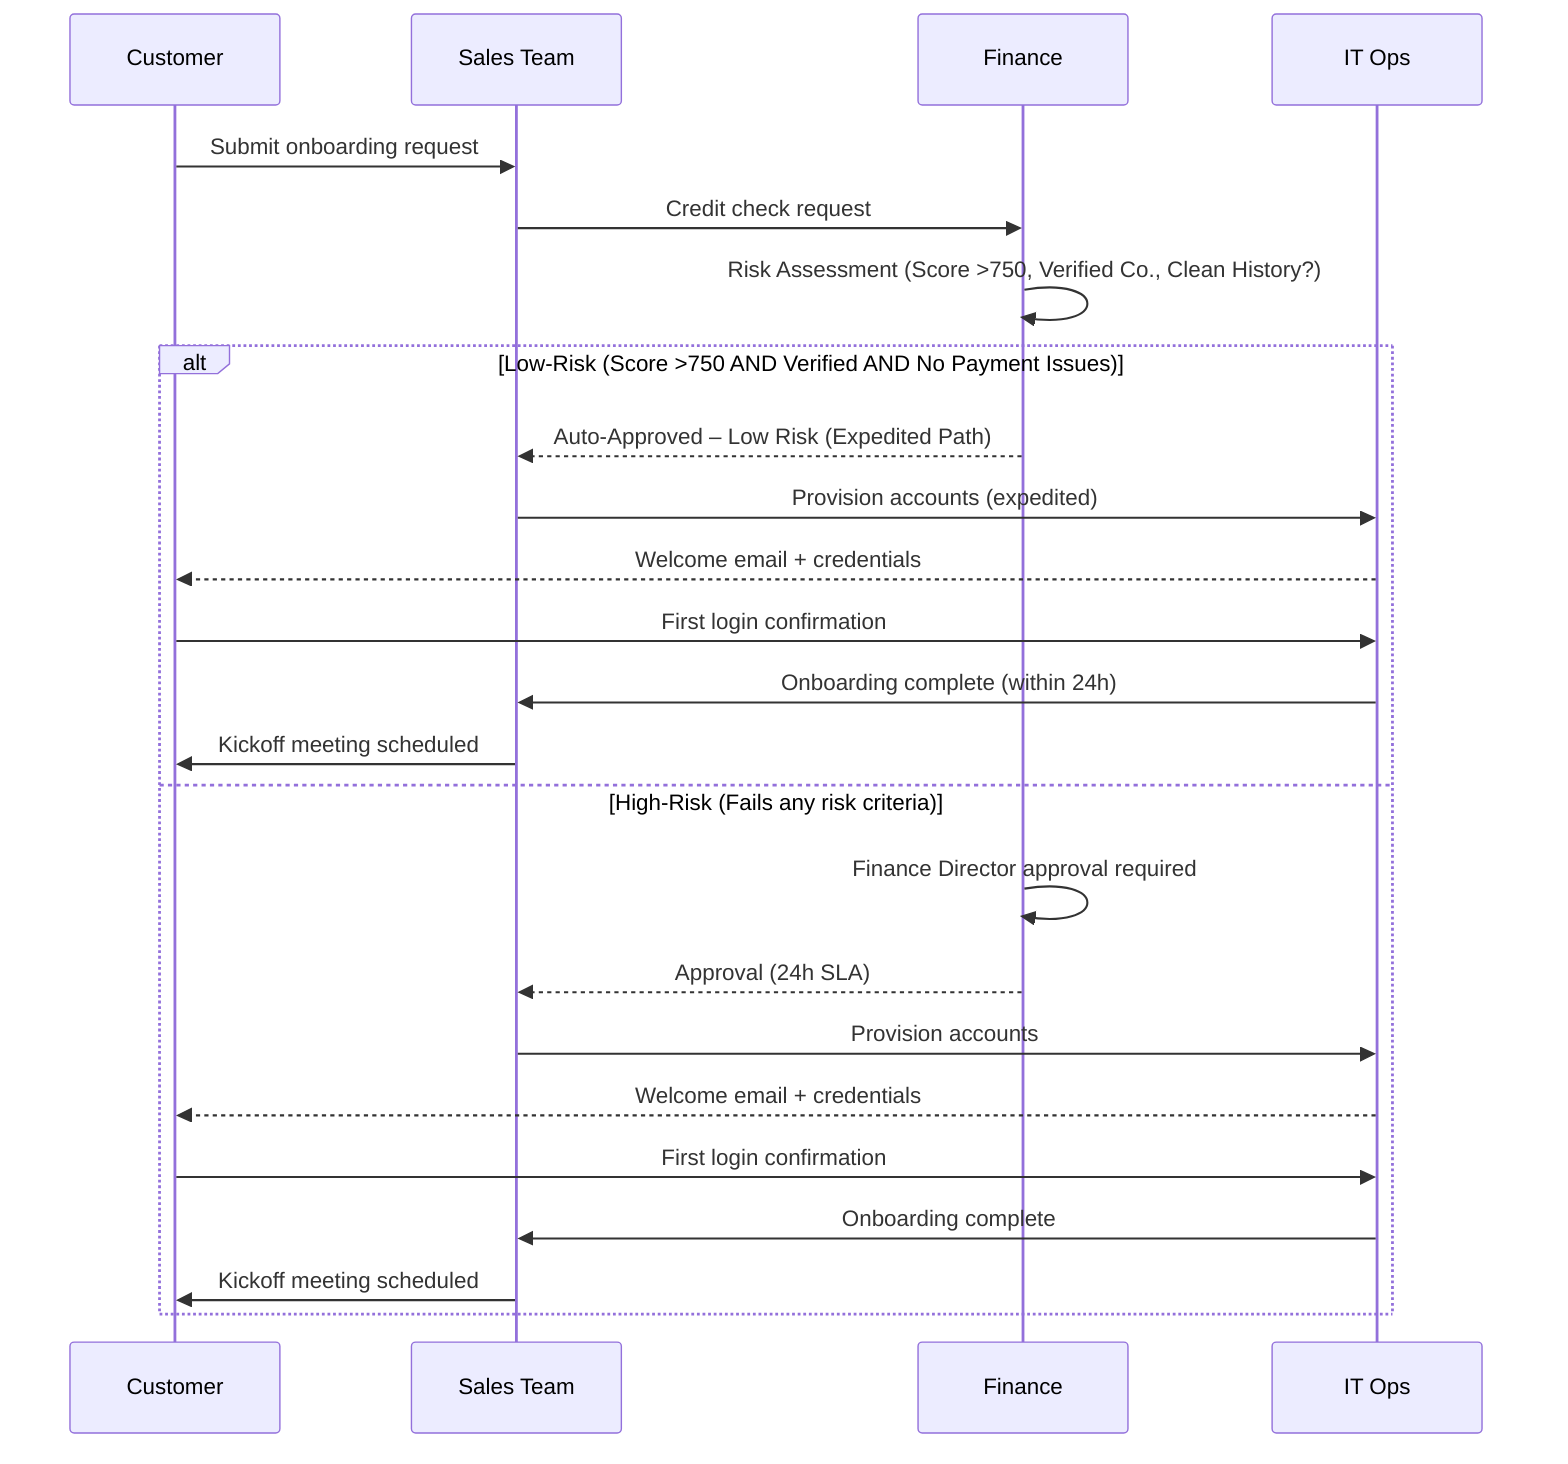
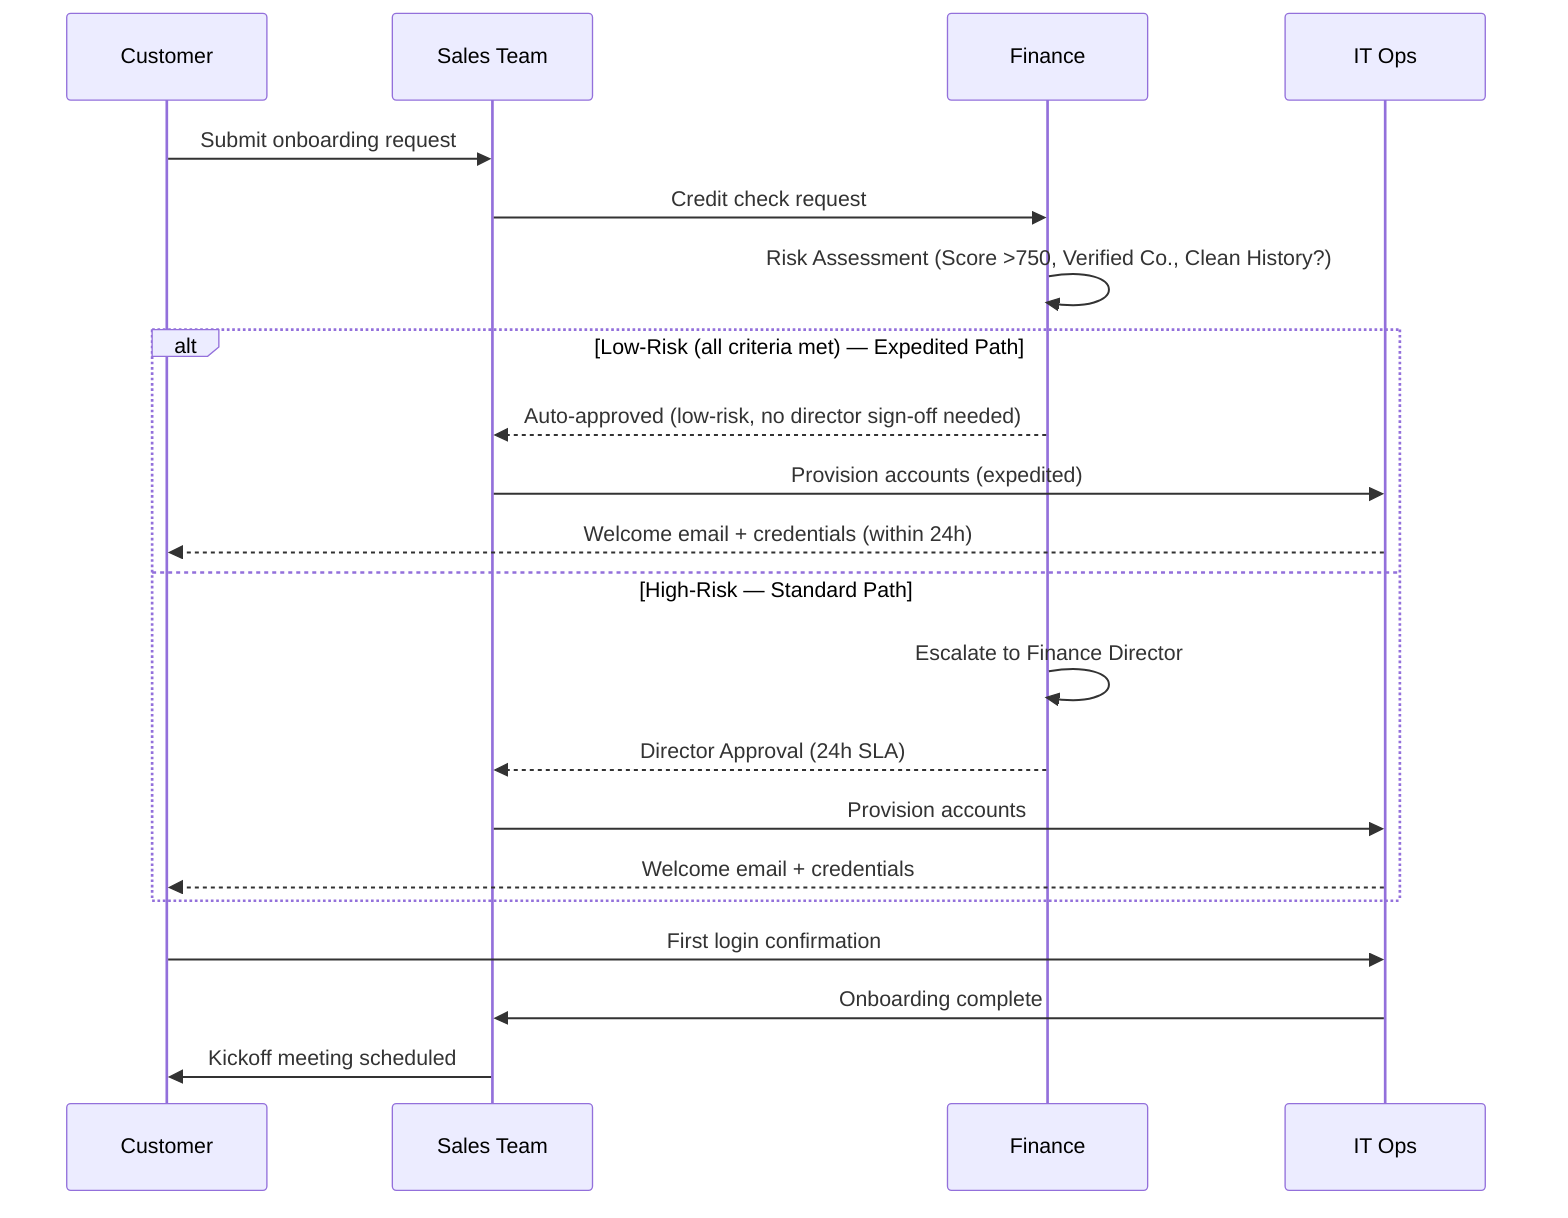
sequenceDiagram
    participant C as Customer
    participant S as Sales Team
    participant F as Finance
    participant IT as IT Ops

    C->>S: Submit onboarding request
    S->>F: Credit check request

-     %% ⚡ CHANGED SECTION - Risk assessment with expedited path for low-risk customers
+     %% ⚡ CHANGED SECTION - Risk assessment and expedited path
    F->>F: Risk Assessment (Score >750, Verified Co., Clean History?)

-     alt Low-Risk (Score >750 AND Verified AND No Payment Issues)
-         F-->>S: Auto-Approved – Low Risk (Expedited Path)
+     alt Low-Risk (all criteria met) — Expedited Path
+         F-->>S: Auto-approved (low-risk, no director sign-off needed)
        S->>IT: Provision accounts (expedited)
-         IT-->>C: Welcome email + credentials
-         C->>IT: First login confirmation
-         IT->>S: Onboarding complete (within 24h)
-         S->>C: Kickoff meeting scheduled
-     else High-Risk (Fails any risk criteria)
-         F->>F: Finance Director approval required
-         F-->>S: Approval (24h SLA)
+         IT-->>C: Welcome email + credentials (within 24h)
+     else High-Risk — Standard Path
+         F->>F: Escalate to Finance Director
+         F-->>S: Director Approval (24h SLA)
        S->>IT: Provision accounts
        IT-->>C: Welcome email + credentials
-         C->>IT: First login confirmation
-         IT->>S: Onboarding complete
-         S->>C: Kickoff meeting scheduled
    end
    %% ⚡ END CHANGED SECTION

+     C->>IT: First login confirmation
+     IT->>S: Onboarding complete
+     S->>C: Kickoff meeting scheduled
+ 
%% EXPLANATION:
- %% Added a risk assessment step within Finance after the credit check request. Introduced an alt/else block: low-risk customers (score >750, verified company, clean payment history) receive auto-approval and proceed directly to expedited account provisioning, while high-risk customers follow the existing path requiring Finance Director approval before provisioning. Both paths converge on the same downstream steps (welcome email, first login, onboarding complete, kickoff scheduling).+ %% Added a risk assessment step within Finance after the credit check request. Introduced an alt/else block: low-risk customers (score >750, verified company, clean payment history) receive automatic approval and proceed directly to expedited account provisioning, while high-risk customers are escalated to the Finance Director for the existing approval workflow with the 24h SLA. The post-provisioning steps (first login, onboarding complete, kickoff meeting) remain shared across both paths.